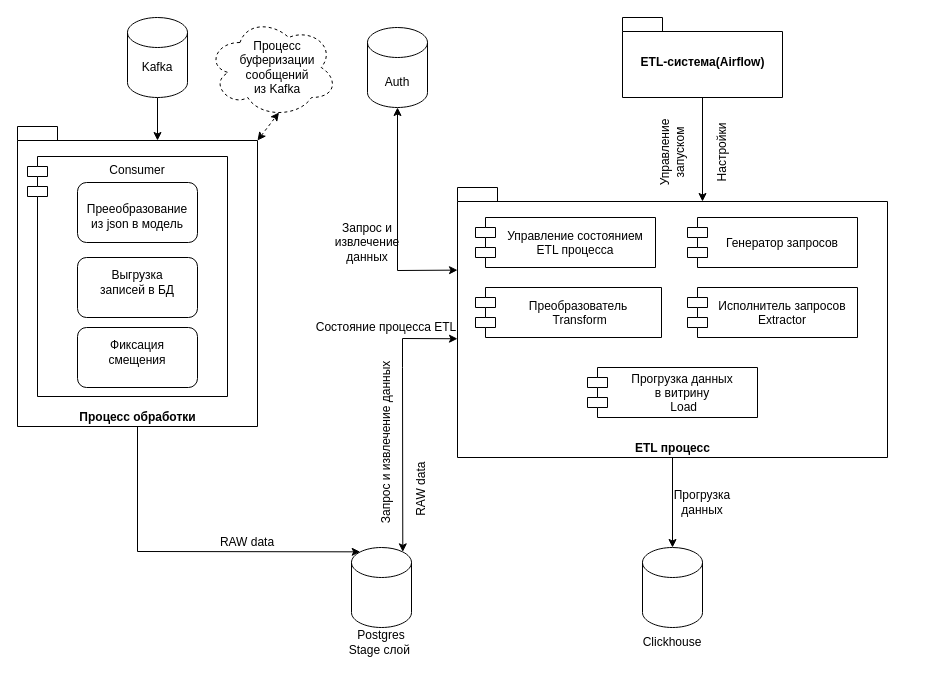
abdurahim-dag/graduate_work keeps this draw.io diagram as architecture/ETL.drawio. Above is the earlier version. Source tidied: cells renumbered, new cells numbered last; positions are measured from the earlier drawing's top-left corner, leaving out a move shared by most shapes. Both pictures are drawn from the tidied source at 100%, with x=0, y=0 at pixel (17, 17).
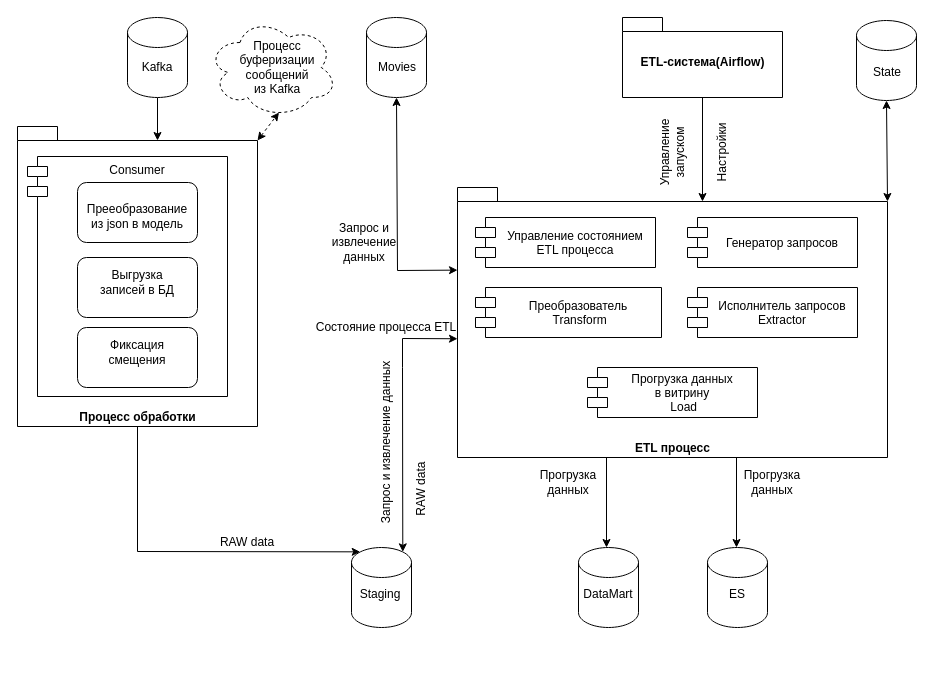
Above is the later version.

The change refers to these unchanged cells:
```xml
<mxCell id="14" value="ETL процесс" style="shape=folder;fontStyle=1;spacingTop=10;tabWidth=40;tabHeight=14;tabPosition=left;html=1;verticalAlign=bottom;" parent="1" vertex="1">
  <mxGeometry x="440" y="170" width="430" height="270" as="geometry" />
</mxCell>
```

Change to the diagram source:
```diff
@@
-    <mxCell id="15" style="group;" parent="1" vertex="1">
-      <mxGeometry x="334" y="530" width="70" height="110" as="geometry" />
-    </mxCell>
-    <mxCell id="16" value="Postgres Stage слой&amp;nbsp;" style="text;html=1;strokeColor=none;fillColor=none;align=center;verticalAlign=middle;whiteSpace=wrap;rounded=0;" parent="15" vertex="1">
-      <mxGeometry x="-10" y="80" width="80" height="30" as="geometry" />
-    </mxCell>
-    <mxCell id="17" style="shape=cylinder3;whiteSpace=wrap;html=1;boundedLbl=1;backgroundOutline=1;size=15;" parent="15" vertex="1">
-      <mxGeometry width="60" height="80" as="geometry" />
-    </mxCell>
@@
     <mxCell id="36" value="Запрос и извлечение данных" style="text;html=1;strokeColor=none;fillColor=none;align=center;verticalAlign=middle;whiteSpace=wrap;rounded=0;" parent="1" vertex="1">
-      <mxGeometry x="320" y="210" width="60" height="30" as="geometry" />
+      <mxGeometry x="317" y="210" width="60" height="30" as="geometry" />
     </mxCell>
@@
-    <mxCell id="38" style="endArrow=classic;html=1;rounded=0;exitX=0.5;exitY=1;exitDx=0;exitDy=0;exitPerimeter=0;entryX=0.5;entryY=0;entryDx=0;entryDy=0;entryPerimeter=0;" parent="1" edge="1" source="14" target="46">
-      <mxGeometry relative="1" as="geometry" />
+    <mxCell id="38" style="endArrow=classic;html=1;rounded=0;exitX=0.5;exitY=1;exitDx=0;exitDy=0;exitPerimeter=0;entryX=0.5;entryY=0;entryDx=0;entryDy=0;entryPerimeter=0;" parent="1" edge="1">
+      <mxGeometry relative="1" as="geometry">
+        <mxPoint x="589" y="440" as="sourcePoint" />
+        <mxPoint x="589" y="530" as="targetPoint" />
+      </mxGeometry>
     </mxCell>
@@
-    <mxCell id="41" style="group;" parent="1" vertex="1">
-      <mxGeometry x="350" y="10" width="60" height="80" as="geometry" />
-    </mxCell>
+    <mxCell id="44" value="Состояние процесса ETL" style="text;html=1;strokeColor=none;fillColor=none;align=center;verticalAlign=middle;whiteSpace=wrap;rounded=0;horizontal=1;" parent="1" vertex="1">
+      <mxGeometry x="296" y="290" width="146" height="40" as="geometry" />
+    </mxCell>
+    <mxCell id="48" value="Запрос и извлечение данных" style="text;html=1;strokeColor=none;fillColor=none;align=center;verticalAlign=middle;whiteSpace=wrap;rounded=0;horizontal=0;" parent="1" vertex="1">
+      <mxGeometry x="354" y="330" width="30" height="190" as="geometry" />
+    </mxCell>
+    <mxCell id="49" value="Прогрузка данных" style="text;html=1;strokeColor=none;fillColor=none;align=center;verticalAlign=middle;whiteSpace=wrap;rounded=0;" parent="1" vertex="1">
+      <mxGeometry x="521" y="450" width="60" height="30" as="geometry" />
+    </mxCell>
+    <mxCell id="50" value="Прогрузка данных" style="text;html=1;strokeColor=none;fillColor=none;align=center;verticalAlign=middle;whiteSpace=wrap;rounded=0;" parent="1" vertex="1">
+      <mxGeometry x="725" y="450" width="60" height="30" as="geometry" />
+    </mxCell>
+    <mxCell id="51" style="endArrow=classic;html=1;rounded=0;exitX=0.5;exitY=1;exitDx=0;exitDy=0;exitPerimeter=0;entryX=0.5;entryY=0;entryDx=0;entryDy=0;entryPerimeter=0;" parent="1" edge="1">
+      <mxGeometry relative="1" as="geometry">
+        <mxPoint x="719" y="440" as="sourcePoint" />
+        <mxPoint x="719" y="530" as="targetPoint" />
+      </mxGeometry>
+    </mxCell>
+    <mxCell id="17" style="shape=cylinder3;whiteSpace=wrap;html=1;boundedLbl=1;backgroundOutline=1;size=15;" parent="1" vertex="1">
+      <mxGeometry x="334" y="530" width="60" height="80" as="geometry" />
+    </mxCell>
+    <mxCell id="16" value="Staging" style="text;html=1;strokeColor=none;fillColor=none;align=center;verticalAlign=middle;whiteSpace=wrap;rounded=0;" parent="1" vertex="1">
+      <mxGeometry x="323" y="562" width="80" height="30" as="geometry" />
+    </mxCell>
-    <mxCell id="42" style="shape=cylinder3;whiteSpace=wrap;html=1;boundedLbl=1;backgroundOutline=1;size=15;" parent="41" vertex="1">
-      <mxGeometry width="60" height="80" as="geometry" />
+    <mxCell id="42" style="shape=cylinder3;whiteSpace=wrap;html=1;boundedLbl=1;backgroundOutline=1;size=15;" parent="1" vertex="1">
+      <mxGeometry x="349" width="60" height="80" as="geometry" />
     </mxCell>
-    <mxCell id="43" value="Auth" style="text;html=1;strokeColor=none;fillColor=none;align=center;verticalAlign=middle;whiteSpace=wrap;rounded=0;" parent="41" vertex="1">
-      <mxGeometry y="40" width="60" height="30" as="geometry" />
+    <mxCell id="43" value="Movies" style="text;html=1;strokeColor=none;fillColor=none;align=center;verticalAlign=middle;whiteSpace=wrap;rounded=0;" parent="1" vertex="1">
+      <mxGeometry x="350" y="35" width="60" height="30" as="geometry" />
     </mxCell>
-    <mxCell id="44" value="Состояние процесса ETL" style="text;html=1;strokeColor=none;fillColor=none;align=center;verticalAlign=middle;whiteSpace=wrap;rounded=0;horizontal=1;" parent="1" vertex="1">
-      <mxGeometry x="296" y="290" width="146" height="40" as="geometry" />
-    </mxCell>
-    <mxCell id="45" style="group;" parent="1" vertex="1">
-      <mxGeometry x="625" y="530" width="60" height="110" as="geometry" />
-    </mxCell>
-    <mxCell id="46" style="shape=cylinder3;whiteSpace=wrap;html=1;boundedLbl=1;backgroundOutline=1;size=15;" parent="45" vertex="1">
-      <mxGeometry width="60" height="80" as="geometry" />
+    <mxCell id="46" style="shape=cylinder3;whiteSpace=wrap;html=1;boundedLbl=1;backgroundOutline=1;size=15;" parent="1" vertex="1">
+      <mxGeometry x="561" y="530" width="60" height="80" as="geometry" />
     </mxCell>
-    <mxCell id="47" value="Clickhouse" style="text;html=1;strokeColor=none;fillColor=none;align=center;verticalAlign=middle;whiteSpace=wrap;rounded=0;" parent="45" vertex="1">
-      <mxGeometry y="80" width="60" height="30" as="geometry" />
+    <mxCell id="47" value="DataMart" style="text;html=1;strokeColor=none;fillColor=none;align=center;verticalAlign=middle;whiteSpace=wrap;rounded=0;" parent="1" vertex="1">
+      <mxGeometry x="561" y="562" width="60" height="30" as="geometry" />
     </mxCell>
-    <mxCell id="48" value="Запрос и извлечение данных" style="text;html=1;strokeColor=none;fillColor=none;align=center;verticalAlign=middle;whiteSpace=wrap;rounded=0;horizontal=0;" parent="1" vertex="1">
-      <mxGeometry x="354" y="330" width="30" height="190" as="geometry" />
-    </mxCell>
-    <mxCell id="49" value="Прогрузка данных" style="text;html=1;strokeColor=none;fillColor=none;align=center;verticalAlign=middle;whiteSpace=wrap;rounded=0;" parent="1" vertex="1">
-      <mxGeometry x="655" y="470" width="60" height="30" as="geometry" />
-    </mxCell>
+    <mxCell id="52" style="shape=cylinder3;whiteSpace=wrap;html=1;boundedLbl=1;backgroundOutline=1;size=15;" parent="1" vertex="1">
+      <mxGeometry x="690" y="530" width="60" height="80" as="geometry" />
+    </mxCell>
+    <mxCell id="53" value="ES" style="text;html=1;strokeColor=none;fillColor=none;align=center;verticalAlign=middle;whiteSpace=wrap;rounded=0;" parent="1" vertex="1">
+      <mxGeometry x="690" y="562" width="60" height="30" as="geometry" />
+    </mxCell>
+    <mxCell id="54" style="shape=cylinder3;whiteSpace=wrap;html=1;boundedLbl=1;backgroundOutline=1;size=15;" parent="1" vertex="1">
+      <mxGeometry x="839" y="3" width="60" height="80" as="geometry" />
+    </mxCell>
+    <mxCell id="55" value="State" style="text;html=1;strokeColor=none;fillColor=none;align=center;verticalAlign=middle;whiteSpace=wrap;rounded=0;" parent="1" vertex="1">
+      <mxGeometry x="840" y="40" width="60" height="30" as="geometry" />
+    </mxCell>
+    <mxCell id="56" style="endArrow=classic;startArrow=classic;html=1;rounded=0;exitX=0;exitY=0;exitDx=430;exitDy=14;exitPerimeter=0;entryX=0.5;entryY=1;entryDx=0;entryDy=0;entryPerimeter=0;" parent="1" edge="1" source="14" target="54">
+      <mxGeometry relative="1" as="geometry" />
+    </mxCell>
```
